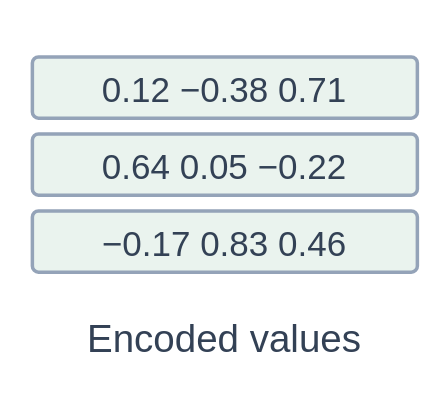
Above: assets/components/vectors.drawio in henry867/drawio-visuals-skill (draw.io), before the change. Source tidied: cells renumbered, new cells numbered last; positions are measured from the earlier drawing's top-left corner, leaving out a move shared by most shapes. Both pictures are drawn from the tidied source at 175%, with x=0, y=0 at pixel (32, 30).
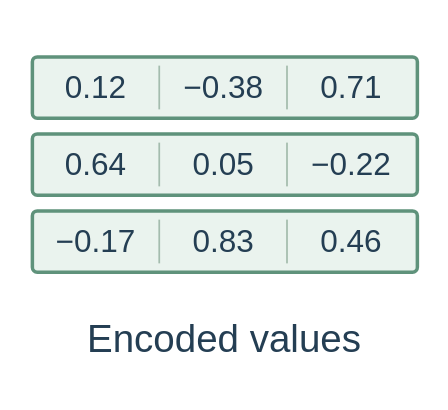
The same page after the edit.

Unchanged cells that the change refers to:
```xml
<mxCell id="2" style="group;" parent="1" vertex="1">
  <mxGeometry width="220" height="200" as="geometry" />
</mxCell>
```

What changed in the source:
```diff
@@
-    <mxCell id="3" value="0.12  −0.38  0.71" style="html=1;whiteSpace=wrap;fontFamily=Helvetica;fontSize=20;fontColor=#334155;rounded=1;arcSize=10;fillColor=#EAF3EE;strokeColor=#94A3B8;strokeWidth=2;" parent="2" vertex="1">
+    <mxCell id="3" style="html=1;whiteSpace=wrap;fontFamily=Helvetica;fontSize=20;fontColor=#243E53;strokeWidth=2;rounded=1;arcSize=8;fillColor=#EAF3EE;strokeColor=#5F927B;" parent="2" vertex="1">
       <mxGeometry y="15" width="220" height="35" as="geometry" />
     </mxCell>
+    <mxCell id="7" value="0.12" style="html=1;whiteSpace=wrap;fontFamily=Helvetica;fontSize=20;fontColor=#243E53;strokeWidth=2;text;strokeColor=none;fillColor=none;align=center;verticalAlign=middle;fontSize=18;" parent="3" vertex="1">
+      <mxGeometry x="2" y="2" width="69" height="31" as="geometry" />
+    </mxCell>
+    <mxCell id="8" style="html=1;whiteSpace=wrap;fontFamily=Helvetica;fontSize=20;fontColor=#243E53;strokeWidth=2;fillColor=#A4BCAE;strokeColor=none;" parent="3" vertex="1">
+      <mxGeometry x="72" y="5" width="1" height="25" as="geometry" />
+    </mxCell>
+    <mxCell id="9" value="−0.38" style="html=1;whiteSpace=wrap;fontFamily=Helvetica;fontSize=20;fontColor=#243E53;strokeWidth=2;text;strokeColor=none;fillColor=none;align=center;verticalAlign=middle;fontSize=18;" parent="3" vertex="1">
+      <mxGeometry x="75" y="2" width="69" height="31" as="geometry" />
+    </mxCell>
+    <mxCell id="10" style="html=1;whiteSpace=wrap;fontFamily=Helvetica;fontSize=20;fontColor=#243E53;strokeWidth=2;fillColor=#A4BCAE;strokeColor=none;" parent="3" vertex="1">
+      <mxGeometry x="145" y="5" width="1" height="25" as="geometry" />
+    </mxCell>
+    <mxCell id="11" value="0.71" style="html=1;whiteSpace=wrap;fontFamily=Helvetica;fontSize=20;fontColor=#243E53;strokeWidth=2;text;strokeColor=none;fillColor=none;align=center;verticalAlign=middle;fontSize=18;" parent="3" vertex="1">
+      <mxGeometry x="148" y="2" width="69" height="31" as="geometry" />
+    </mxCell>
-    <mxCell id="4" value="0.64   0.05 −0.22" style="html=1;whiteSpace=wrap;fontFamily=Helvetica;fontSize=20;fontColor=#334155;rounded=1;arcSize=10;fillColor=#EAF3EE;strokeColor=#94A3B8;strokeWidth=2;" parent="2" vertex="1">
+    <mxCell id="4" style="html=1;whiteSpace=wrap;fontFamily=Helvetica;fontSize=20;fontColor=#243E53;strokeWidth=2;rounded=1;arcSize=8;fillColor=#EAF3EE;strokeColor=#5F927B;" parent="2" vertex="1">
       <mxGeometry y="59" width="220" height="35" as="geometry" />
     </mxCell>
+    <mxCell id="12" value="0.64" style="html=1;whiteSpace=wrap;fontFamily=Helvetica;fontSize=20;fontColor=#243E53;strokeWidth=2;text;strokeColor=none;fillColor=none;align=center;verticalAlign=middle;fontSize=18;" parent="4" vertex="1">
+      <mxGeometry x="2" y="2" width="69" height="31" as="geometry" />
+    </mxCell>
+    <mxCell id="13" style="html=1;whiteSpace=wrap;fontFamily=Helvetica;fontSize=20;fontColor=#243E53;strokeWidth=2;fillColor=#A4BCAE;strokeColor=none;" parent="4" vertex="1">
+      <mxGeometry x="72" y="5" width="1" height="25" as="geometry" />
+    </mxCell>
+    <mxCell id="14" value="0.05" style="html=1;whiteSpace=wrap;fontFamily=Helvetica;fontSize=20;fontColor=#243E53;strokeWidth=2;text;strokeColor=none;fillColor=none;align=center;verticalAlign=middle;fontSize=18;" parent="4" vertex="1">
+      <mxGeometry x="75" y="2" width="69" height="31" as="geometry" />
+    </mxCell>
+    <mxCell id="15" style="html=1;whiteSpace=wrap;fontFamily=Helvetica;fontSize=20;fontColor=#243E53;strokeWidth=2;fillColor=#A4BCAE;strokeColor=none;" parent="4" vertex="1">
+      <mxGeometry x="145" y="5" width="1" height="25" as="geometry" />
+    </mxCell>
+    <mxCell id="16" value="−0.22" style="html=1;whiteSpace=wrap;fontFamily=Helvetica;fontSize=20;fontColor=#243E53;strokeWidth=2;text;strokeColor=none;fillColor=none;align=center;verticalAlign=middle;fontSize=18;" parent="4" vertex="1">
+      <mxGeometry x="148" y="2" width="69" height="31" as="geometry" />
+    </mxCell>
-    <mxCell id="5" value="−0.17  0.83  0.46" style="html=1;whiteSpace=wrap;fontFamily=Helvetica;fontSize=20;fontColor=#334155;rounded=1;arcSize=10;fillColor=#EAF3EE;strokeColor=#94A3B8;strokeWidth=2;" parent="2" vertex="1">
+    <mxCell id="5" style="html=1;whiteSpace=wrap;fontFamily=Helvetica;fontSize=20;fontColor=#243E53;strokeWidth=2;rounded=1;arcSize=8;fillColor=#EAF3EE;strokeColor=#5F927B;" parent="2" vertex="1">
       <mxGeometry y="103" width="220" height="35" as="geometry" />
     </mxCell>
+    <mxCell id="17" value="−0.17" style="html=1;whiteSpace=wrap;fontFamily=Helvetica;fontSize=20;fontColor=#243E53;strokeWidth=2;text;strokeColor=none;fillColor=none;align=center;verticalAlign=middle;fontSize=18;" parent="5" vertex="1">
+      <mxGeometry x="2" y="2" width="69" height="31" as="geometry" />
+    </mxCell>
+    <mxCell id="18" style="html=1;whiteSpace=wrap;fontFamily=Helvetica;fontSize=20;fontColor=#243E53;strokeWidth=2;fillColor=#A4BCAE;strokeColor=none;" parent="5" vertex="1">
+      <mxGeometry x="72" y="5" width="1" height="25" as="geometry" />
+    </mxCell>
+    <mxCell id="19" value="0.83" style="html=1;whiteSpace=wrap;fontFamily=Helvetica;fontSize=20;fontColor=#243E53;strokeWidth=2;text;strokeColor=none;fillColor=none;align=center;verticalAlign=middle;fontSize=18;" parent="5" vertex="1">
+      <mxGeometry x="75" y="2" width="69" height="31" as="geometry" />
+    </mxCell>
+    <mxCell id="20" style="html=1;whiteSpace=wrap;fontFamily=Helvetica;fontSize=20;fontColor=#243E53;strokeWidth=2;fillColor=#A4BCAE;strokeColor=none;" parent="5" vertex="1">
+      <mxGeometry x="145" y="5" width="1" height="25" as="geometry" />
+    </mxCell>
+    <mxCell id="21" value="0.46" style="html=1;whiteSpace=wrap;fontFamily=Helvetica;fontSize=20;fontColor=#243E53;strokeWidth=2;text;strokeColor=none;fillColor=none;align=center;verticalAlign=middle;fontSize=18;" parent="5" vertex="1">
+      <mxGeometry x="148" y="2" width="69" height="31" as="geometry" />
+    </mxCell>
-    <mxCell id="6" value="Encoded values" style="html=1;whiteSpace=wrap;fontFamily=Helvetica;fontSize=20;fontColor=#334155;text;fillColor=none;strokeColor=none;align=center;verticalAlign=middle;fontSize=22;fontColor=#334155;" parent="2" vertex="1">
+    <mxCell id="6" value="Encoded values" style="html=1;whiteSpace=wrap;fontFamily=Helvetica;fontSize=20;fontColor=#243E53;strokeWidth=2;text;strokeColor=none;fillColor=none;align=center;verticalAlign=middle;fontSize=22;" parent="2" vertex="1">
       <mxGeometry y="161" width="220" height="32" as="geometry" />
     </mxCell>
```
